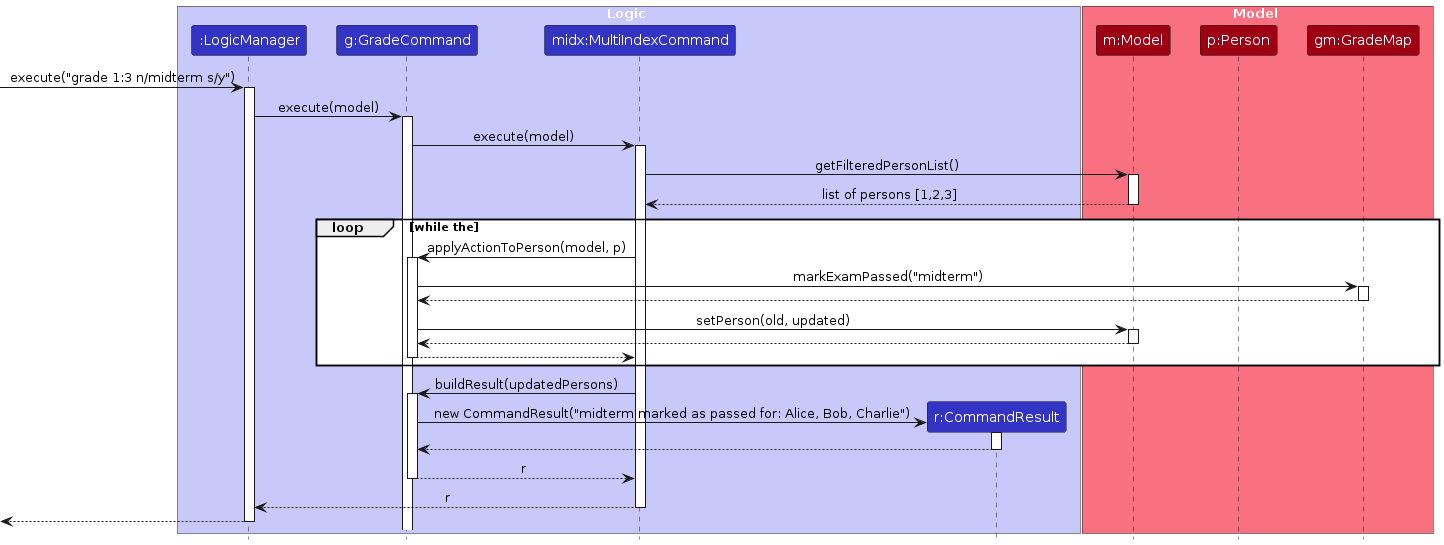
AY2526S1-CS2103T-T09-3/tp keeps this PlantUML diagram as diagrams/GradeSequenceDiagram.png. Above is the earlier version. Its source is kept beside it as diagrams/GradeSequenceDiagram.puml. The source it was exported from:
```plantuml
@startuml
!include style.puml
skinparam ArrowFontStyle plain

box Logic LOGIC_COLOR_T1
participant ":LogicManager" as LogicManager LOGIC_COLOR
participant "g:GradeCommand" as GradeCommand LOGIC_COLOR
participant "midx:MultiIndexCommand" as MultiIndexCommand LOGIC_COLOR
participant "r:CommandResult" as CommandResult LOGIC_COLOR
end box

box Model MODEL_COLOR_T1
participant "m:Model" as Model MODEL_COLOR
participant "p:Person" as Person MODEL_COLOR
participant "gm:GradeMap" as GradeMap MODEL_COLOR
end box

[-> LogicManager : execute("grade 1:3 n/midterm s/y")
activate LogicManager

LogicManager -> GradeCommand : execute(model)
activate GradeCommand

GradeCommand -> MultiIndexCommand : execute(model)
activate MultiIndexCommand

MultiIndexCommand -> Model : getFilteredPersonList()
activate Model
Model --> MultiIndexCommand : list of persons [1,2,3]
deactivate Model

loop while the
    MultiIndexCommand -> GradeCommand : applyActionToPerson(model, p)
    activate GradeCommand

    GradeCommand -> GradeMap : markExamPassed("midterm")
    activate GradeMap
    GradeMap --> GradeCommand
    deactivate GradeMap

    GradeCommand -> Model : setPerson(old, updated)
    activate Model
    Model --> GradeCommand
    deactivate Model

    GradeCommand --> MultiIndexCommand
    deactivate GradeCommand
end

MultiIndexCommand -> GradeCommand : buildResult(updatedPersons)
activate GradeCommand

create CommandResult
GradeCommand -> CommandResult : new CommandResult("midterm marked as passed for: Alice, Bob, Charlie")
activate CommandResult

CommandResult --> GradeCommand
deactivate CommandResult
GradeCommand --> MultiIndexCommand : r
deactivate GradeCommand

MultiIndexCommand --> LogicManager : r
deactivate MultiIndexCommand

[<-- LogicManager
deactivate LogicManager
@enduml
```
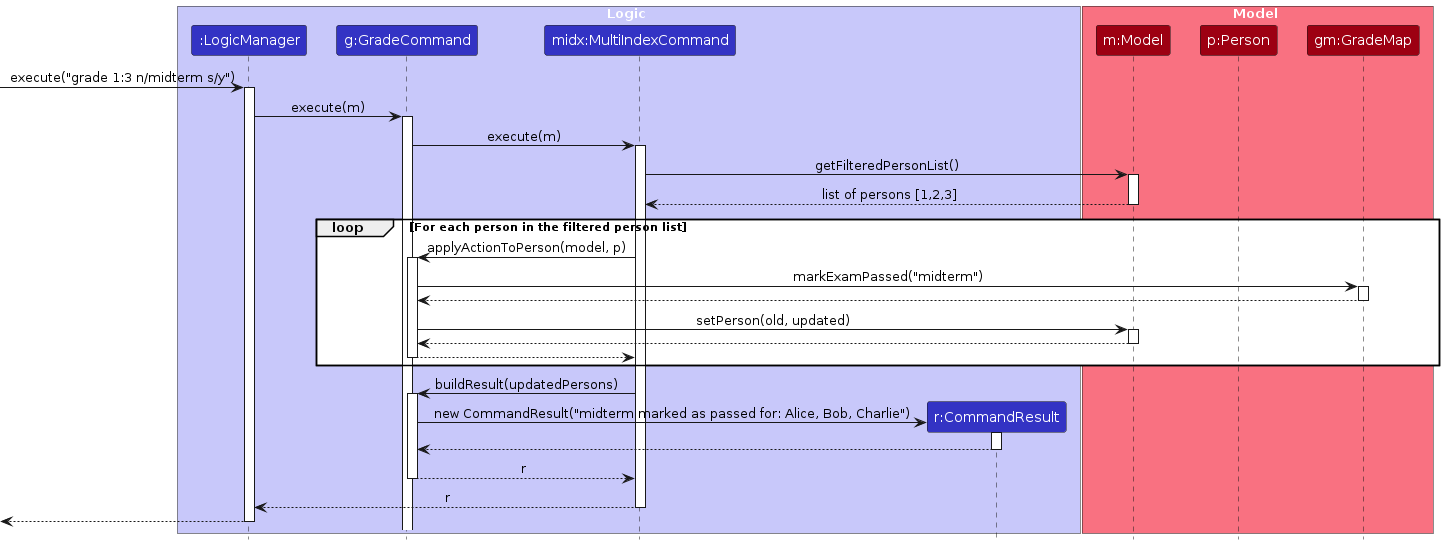
The same diagram one commit later.

What changed in the source:
```diff
@@ -18,10 +18,10 @@
 [-> LogicManager : execute("grade 1:3 n/midterm s/y")
 activate LogicManager
 
-LogicManager -> GradeCommand : execute(model)
+LogicManager -> GradeCommand : execute(m)
 activate GradeCommand
 
-GradeCommand -> MultiIndexCommand : execute(model)
+GradeCommand -> MultiIndexCommand : execute(m)
 activate MultiIndexCommand
 
 MultiIndexCommand -> Model : getFilteredPersonList()
@@ -29,7 +29,7 @@
 Model --> MultiIndexCommand : list of persons [1,2,3]
 deactivate Model
 
-loop while the
+loop For each person in the filtered person list
     MultiIndexCommand -> GradeCommand : applyActionToPerson(model, p)
     activate GradeCommand
 
```
